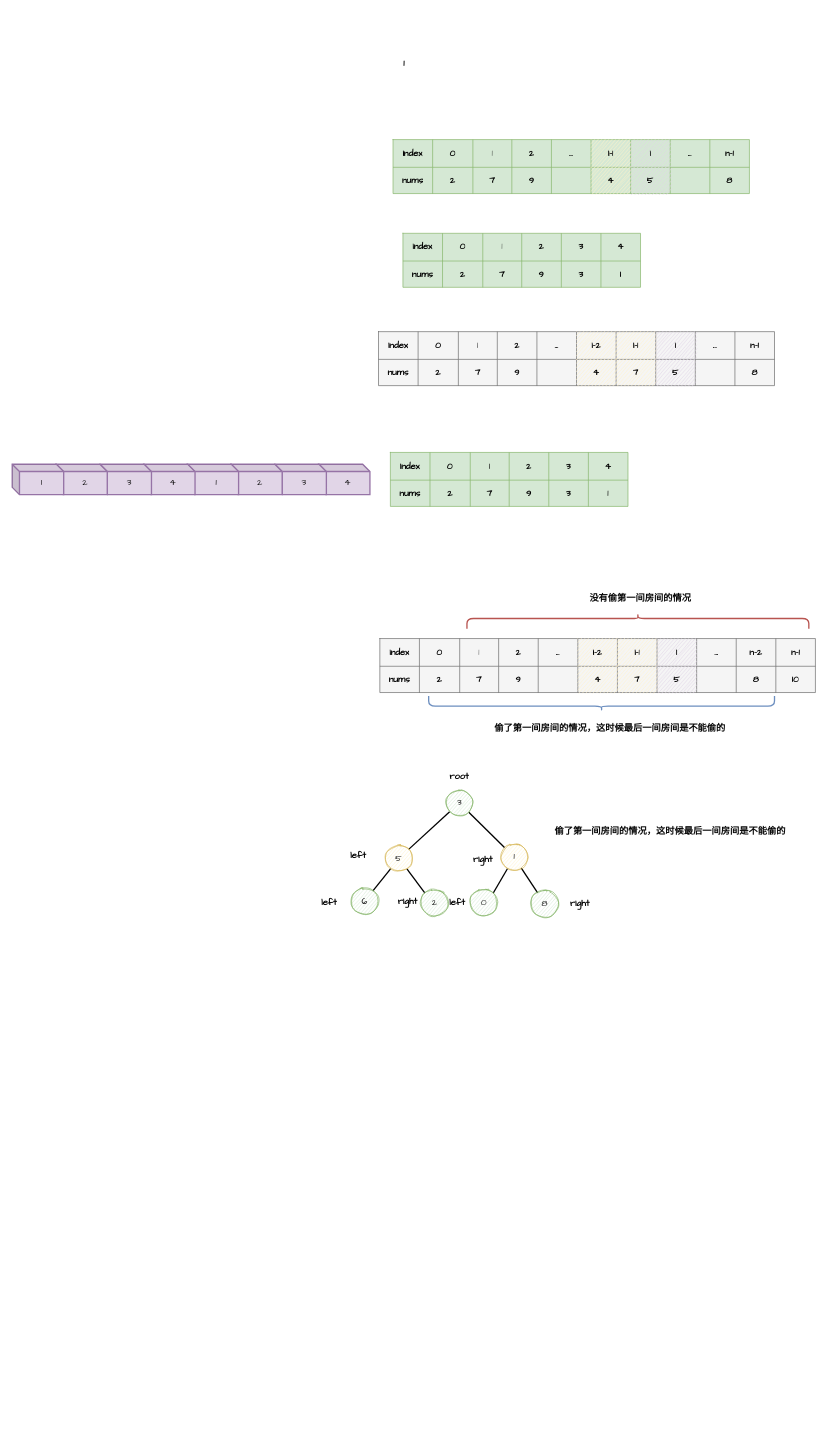
Above: page "第 3 页" (3 of 3) of src/main/leetcode_manuscripts/draw_io/leetcode_A.drawio in wat1r/geek-algorithm-leetcode (draw.io), before the change. Source tidied: cells renumbered, new cells numbered last; positions are measured from the earlier drawing's top-left corner, leaving out a move shared by most shapes. Both pictures are drawn from the tidied source at 66%, with x=0, y=0 at pixel (12, 11).
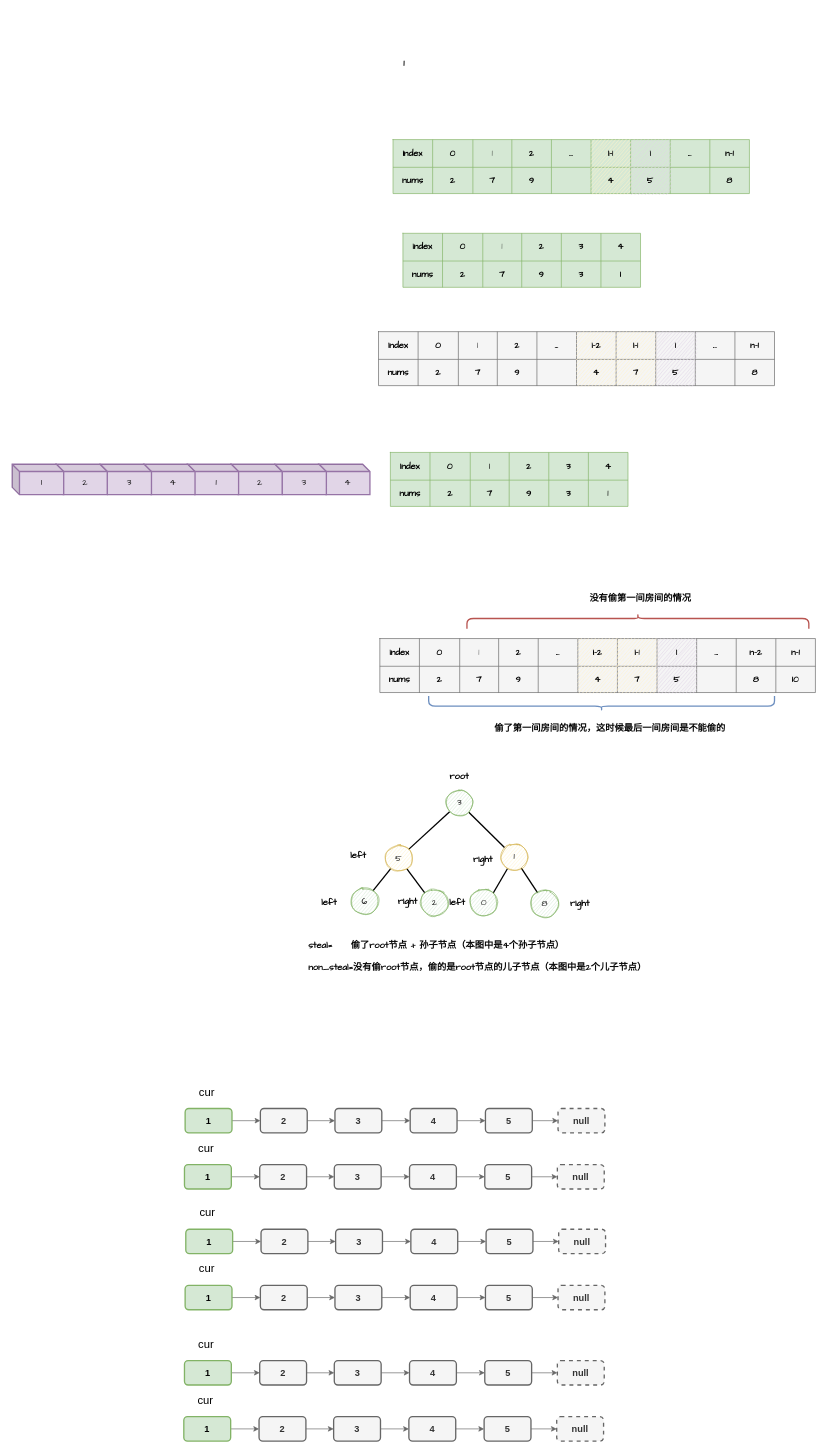
Above is the later version.

Diff of the diagram source:
```diff
@@
-    <mxCell id="134" value="&lt;span style=&quot;color: rgb(8 , 8 , 8) ; font-size: 14px&quot;&gt;偷了第一间房间的情况，这时候最后一间房间是不能偷的&lt;br style=&quot;font-size: 14px&quot;&gt;&lt;/span&gt;" style="text;html=1;strokeColor=none;fillColor=none;align=left;verticalAlign=middle;whiteSpace=wrap;rounded=0;sketch=0;fontFamily=Comic Sans MS;fontSize=14;fontStyle=1;" parent="1" vertex="1">
-      <mxGeometry x="820" y="1222" width="353.5" height="41" as="geometry" />
+    <mxCell id="134" value="&lt;span style=&quot;color: rgb(8 , 8 , 8) ; font-size: 14px&quot;&gt;steal=&amp;nbsp; &amp;nbsp; &amp;nbsp;偷了root节点 + 孙子节点（本图中是4个孙子节点）&lt;br&gt;&lt;br&gt;non_steal=没有偷root节点，偷的是root节点的儿子节点（本图中是2个儿子节点）&lt;br style=&quot;font-size: 14px&quot;&gt;&lt;/span&gt;" style="text;html=1;strokeColor=none;fillColor=none;align=left;verticalAlign=middle;whiteSpace=wrap;rounded=0;sketch=0;fontFamily=Comic Sans MS;fontSize=14;fontStyle=1;" parent="1" vertex="1">
+      <mxGeometry x="446.5" y="1408" width="536" height="47" as="geometry" />
     </mxCell>
+    <mxCell id="135" style="edgeStyle=orthogonalEdgeStyle;rounded=0;jettySize=auto;html=1;entryX=0;entryY=0.5;entryDx=0;entryDy=0;fontFamily=Helvetica;fontSize=14;fillColor=#f5f5f5;strokeColor=#666666;" parent="1" edge="1" source="136" target="138">
+      <mxGeometry relative="1" as="geometry" />
+    </mxCell>
+    <mxCell id="136" value="1" style="rounded=1;whiteSpace=wrap;html=1;fontSize=14;fontStyle=1;fontFamily=Helvetica;strokeWidth=2;fillColor=#d5e8d4;strokeColor=#82b366;" parent="1" vertex="1">
+      <mxGeometry x="262" y="1662" width="71" height="37" as="geometry" />
+    </mxCell>
+    <mxCell id="137" style="edgeStyle=orthogonalEdgeStyle;rounded=0;jettySize=auto;html=1;fontFamily=Helvetica;fontSize=14;fillColor=#f5f5f5;strokeColor=#666666;" parent="1" edge="1" source="138" target="140">
+      <mxGeometry relative="1" as="geometry" />
+    </mxCell>
+    <mxCell id="138" value="2" style="rounded=1;whiteSpace=wrap;html=1;fontSize=14;fontStyle=1;fontFamily=Helvetica;strokeWidth=2;fillColor=#f5f5f5;strokeColor=#666666;fontColor=#333333;" parent="1" vertex="1">
+      <mxGeometry x="376" y="1662" width="71" height="37" as="geometry" />
+    </mxCell>
+    <mxCell id="139" style="edgeStyle=orthogonalEdgeStyle;rounded=0;jettySize=auto;html=1;entryX=0;entryY=0.5;entryDx=0;entryDy=0;fontFamily=Helvetica;fontSize=14;fillColor=#f5f5f5;strokeColor=#666666;" parent="1" edge="1" source="140" target="142">
+      <mxGeometry relative="1" as="geometry" />
+    </mxCell>
+    <mxCell id="140" value="3" style="rounded=1;whiteSpace=wrap;html=1;fontSize=14;fontStyle=1;fontFamily=Helvetica;strokeWidth=2;fillColor=#f5f5f5;strokeColor=#666666;fontColor=#333333;" parent="1" vertex="1">
+      <mxGeometry x="489" y="1662" width="71" height="37" as="geometry" />
+    </mxCell>
+    <mxCell id="141" style="edgeStyle=orthogonalEdgeStyle;rounded=0;jettySize=auto;html=1;fontFamily=Helvetica;fontSize=14;fillColor=#f5f5f5;strokeColor=#666666;" parent="1" edge="1" source="142" target="144">
+      <mxGeometry relative="1" as="geometry" />
+    </mxCell>
+    <mxCell id="142" value="4" style="rounded=1;whiteSpace=wrap;html=1;fontSize=14;fontStyle=1;fontFamily=Helvetica;strokeWidth=2;fillColor=#f5f5f5;strokeColor=#666666;fontColor=#333333;" parent="1" vertex="1">
+      <mxGeometry x="603" y="1662" width="71" height="37" as="geometry" />
+    </mxCell>
+    <mxCell id="143" style="rounded=0;jettySize=auto;html=1;fontFamily=Comic Sans MS;fontSize=14;strokeColor=#666666;" parent="1" edge="1" source="144" target="156">
+      <mxGeometry relative="1" as="geometry" />
+    </mxCell>
+    <mxCell id="144" value="5" style="rounded=1;whiteSpace=wrap;html=1;fontSize=14;fontStyle=1;fontFamily=Helvetica;strokeWidth=2;fillColor=#f5f5f5;strokeColor=#666666;fontColor=#333333;" parent="1" vertex="1">
+      <mxGeometry x="717" y="1662" width="71" height="37" as="geometry" />
+    </mxCell>
+    <mxCell id="145" value="cur" style="text;html=1;strokeColor=none;fillColor=none;align=center;verticalAlign=middle;whiteSpace=wrap;rounded=0;fontFamily=Helvetica;fontSize=17;" parent="1" vertex="1">
+      <mxGeometry x="275" y="1628" width="40" height="20" as="geometry" />
+    </mxCell>
+    <mxCell id="146" style="edgeStyle=orthogonalEdgeStyle;rounded=0;jettySize=auto;html=1;entryX=0;entryY=0.5;entryDx=0;entryDy=0;fontFamily=Helvetica;fontSize=14;fillColor=#f5f5f5;strokeColor=#666666;" parent="1" edge="1" source="147" target="149">
+      <mxGeometry relative="1" as="geometry" />
+    </mxCell>
+    <mxCell id="147" value="1" style="rounded=1;whiteSpace=wrap;html=1;fontSize=14;fontStyle=1;fontFamily=Helvetica;strokeWidth=2;fillColor=#d5e8d4;strokeColor=#82b366;" parent="1" vertex="1">
+      <mxGeometry x="261" y="1747" width="71" height="37" as="geometry" />
+    </mxCell>
+    <mxCell id="148" style="edgeStyle=orthogonalEdgeStyle;rounded=0;jettySize=auto;html=1;fontFamily=Helvetica;fontSize=14;fillColor=#f5f5f5;strokeColor=#666666;" parent="1" edge="1" source="149" target="151">
+      <mxGeometry relative="1" as="geometry" />
+    </mxCell>
+    <mxCell id="149" value="2" style="rounded=1;whiteSpace=wrap;html=1;fontSize=14;fontStyle=1;fontFamily=Helvetica;strokeWidth=2;fillColor=#f5f5f5;strokeColor=#666666;fontColor=#333333;" parent="1" vertex="1">
+      <mxGeometry x="375" y="1747" width="71" height="37" as="geometry" />
+    </mxCell>
+    <mxCell id="150" style="edgeStyle=orthogonalEdgeStyle;rounded=0;jettySize=auto;html=1;entryX=0;entryY=0.5;entryDx=0;entryDy=0;fontFamily=Helvetica;fontSize=14;fillColor=#f5f5f5;strokeColor=#666666;" parent="1" edge="1" source="151" target="153">
+      <mxGeometry relative="1" as="geometry" />
+    </mxCell>
+    <mxCell id="151" value="3" style="rounded=1;whiteSpace=wrap;html=1;fontSize=14;fontStyle=1;fontFamily=Helvetica;strokeWidth=2;fillColor=#f5f5f5;strokeColor=#666666;fontColor=#333333;" parent="1" vertex="1">
+      <mxGeometry x="488" y="1747" width="71" height="37" as="geometry" />
+    </mxCell>
+    <mxCell id="152" style="edgeStyle=orthogonalEdgeStyle;rounded=0;jettySize=auto;html=1;fontFamily=Helvetica;fontSize=14;fillColor=#f5f5f5;strokeColor=#666666;" parent="1" edge="1" source="153" target="154">
+      <mxGeometry relative="1" as="geometry" />
+    </mxCell>
+    <mxCell id="153" value="4" style="rounded=1;whiteSpace=wrap;html=1;fontSize=14;fontStyle=1;fontFamily=Helvetica;strokeWidth=2;fillColor=#f5f5f5;strokeColor=#666666;fontColor=#333333;" parent="1" vertex="1">
+      <mxGeometry x="602" y="1747" width="71" height="37" as="geometry" />
+    </mxCell>
+    <mxCell id="154" value="5" style="rounded=1;whiteSpace=wrap;html=1;fontSize=14;fontStyle=1;fontFamily=Helvetica;strokeWidth=2;fillColor=#f5f5f5;strokeColor=#666666;fontColor=#333333;" parent="1" vertex="1">
+      <mxGeometry x="716" y="1747" width="71" height="37" as="geometry" />
+    </mxCell>
+    <mxCell id="155" value="cur" style="text;html=1;strokeColor=none;fillColor=none;align=center;verticalAlign=middle;whiteSpace=wrap;rounded=0;fontFamily=Helvetica;fontSize=17;" parent="1" vertex="1">
+      <mxGeometry x="274" y="1713" width="40" height="20" as="geometry" />
+    </mxCell>
+    <mxCell id="156" value="null" style="rounded=1;whiteSpace=wrap;html=1;fontSize=14;fontStyle=1;fontFamily=Helvetica;strokeWidth=2;fillColor=#f5f5f5;strokeColor=#666666;fontColor=#333333;dashed=1;" parent="1" vertex="1">
+      <mxGeometry x="827" y="1662" width="71" height="37" as="geometry" />
+    </mxCell>
+    <mxCell id="157" style="rounded=0;jettySize=auto;html=1;fontFamily=Comic Sans MS;fontSize=14;strokeColor=#666666;" parent="1" edge="1" target="158">
+      <mxGeometry relative="1" as="geometry">
+        <mxPoint x="787" y="1765.5" as="sourcePoint" />
+      </mxGeometry>
+    </mxCell>
+    <mxCell id="158" value="null" style="rounded=1;whiteSpace=wrap;html=1;fontSize=14;fontStyle=1;fontFamily=Helvetica;strokeWidth=2;fillColor=#f5f5f5;strokeColor=#666666;fontColor=#333333;dashed=1;" parent="1" vertex="1">
+      <mxGeometry x="826" y="1747" width="71" height="37" as="geometry" />
+    </mxCell>
+    <mxCell id="159" style="edgeStyle=orthogonalEdgeStyle;rounded=0;jettySize=auto;html=1;entryX=0;entryY=0.5;entryDx=0;entryDy=0;fontFamily=Helvetica;fontSize=14;fillColor=#f5f5f5;strokeColor=#666666;" parent="1" edge="1" source="160" target="162">
+      <mxGeometry relative="1" as="geometry" />
+    </mxCell>
+    <mxCell id="160" value="1" style="rounded=1;whiteSpace=wrap;html=1;fontSize=14;fontStyle=1;fontFamily=Helvetica;strokeWidth=2;fillColor=#d5e8d4;strokeColor=#82b366;" parent="1" vertex="1">
+      <mxGeometry x="263" y="1845" width="71" height="37" as="geometry" />
+    </mxCell>
+    <mxCell id="161" style="edgeStyle=orthogonalEdgeStyle;rounded=0;jettySize=auto;html=1;fontFamily=Helvetica;fontSize=14;fillColor=#f5f5f5;strokeColor=#666666;" parent="1" edge="1" source="162" target="164">
+      <mxGeometry relative="1" as="geometry" />
+    </mxCell>
+    <mxCell id="162" value="2" style="rounded=1;whiteSpace=wrap;html=1;fontSize=14;fontStyle=1;fontFamily=Helvetica;strokeWidth=2;fillColor=#f5f5f5;strokeColor=#666666;fontColor=#333333;" parent="1" vertex="1">
+      <mxGeometry x="377" y="1845" width="71" height="37" as="geometry" />
+    </mxCell>
+    <mxCell id="163" style="edgeStyle=orthogonalEdgeStyle;rounded=0;jettySize=auto;html=1;entryX=0;entryY=0.5;entryDx=0;entryDy=0;fontFamily=Helvetica;fontSize=14;fillColor=#f5f5f5;strokeColor=#666666;" parent="1" edge="1" source="164" target="166">
+      <mxGeometry relative="1" as="geometry" />
+    </mxCell>
+    <mxCell id="164" value="3" style="rounded=1;whiteSpace=wrap;html=1;fontSize=14;fontStyle=1;fontFamily=Helvetica;strokeWidth=2;fillColor=#f5f5f5;strokeColor=#666666;fontColor=#333333;" parent="1" vertex="1">
+      <mxGeometry x="490" y="1845" width="71" height="37" as="geometry" />
+    </mxCell>
+    <mxCell id="165" style="edgeStyle=orthogonalEdgeStyle;rounded=0;jettySize=auto;html=1;fontFamily=Helvetica;fontSize=14;fillColor=#f5f5f5;strokeColor=#666666;" parent="1" edge="1" source="166" target="168">
+      <mxGeometry relative="1" as="geometry" />
+    </mxCell>
+    <mxCell id="166" value="4" style="rounded=1;whiteSpace=wrap;html=1;fontSize=14;fontStyle=1;fontFamily=Helvetica;strokeWidth=2;fillColor=#f5f5f5;strokeColor=#666666;fontColor=#333333;" parent="1" vertex="1">
+      <mxGeometry x="604" y="1845" width="71" height="37" as="geometry" />
+    </mxCell>
+    <mxCell id="167" style="rounded=0;jettySize=auto;html=1;fontFamily=Comic Sans MS;fontSize=14;strokeColor=#666666;" parent="1" edge="1" source="168" target="180">
+      <mxGeometry relative="1" as="geometry" />
+    </mxCell>
+    <mxCell id="168" value="5" style="rounded=1;whiteSpace=wrap;html=1;fontSize=14;fontStyle=1;fontFamily=Helvetica;strokeWidth=2;fillColor=#f5f5f5;strokeColor=#666666;fontColor=#333333;" parent="1" vertex="1">
+      <mxGeometry x="718" y="1845" width="71" height="37" as="geometry" />
+    </mxCell>
+    <mxCell id="169" value="cur" style="text;html=1;strokeColor=none;fillColor=none;align=center;verticalAlign=middle;whiteSpace=wrap;rounded=0;fontFamily=Helvetica;fontSize=17;" parent="1" vertex="1">
+      <mxGeometry x="276" y="1811" width="40" height="20" as="geometry" />
+    </mxCell>
+    <mxCell id="170" style="edgeStyle=orthogonalEdgeStyle;rounded=0;jettySize=auto;html=1;entryX=0;entryY=0.5;entryDx=0;entryDy=0;fontFamily=Helvetica;fontSize=14;fillColor=#f5f5f5;strokeColor=#666666;" parent="1" edge="1" source="171" target="173">
+      <mxGeometry relative="1" as="geometry" />
+    </mxCell>
+    <mxCell id="171" value="1" style="rounded=1;whiteSpace=wrap;html=1;fontSize=14;fontStyle=1;fontFamily=Helvetica;strokeWidth=2;fillColor=#d5e8d4;strokeColor=#82b366;" parent="1" vertex="1">
+      <mxGeometry x="262" y="1930" width="71" height="37" as="geometry" />
+    </mxCell>
+    <mxCell id="172" style="edgeStyle=orthogonalEdgeStyle;rounded=0;jettySize=auto;html=1;fontFamily=Helvetica;fontSize=14;fillColor=#f5f5f5;strokeColor=#666666;" parent="1" edge="1" source="173" target="175">
+      <mxGeometry relative="1" as="geometry" />
+    </mxCell>
+    <mxCell id="173" value="2" style="rounded=1;whiteSpace=wrap;html=1;fontSize=14;fontStyle=1;fontFamily=Helvetica;strokeWidth=2;fillColor=#f5f5f5;strokeColor=#666666;fontColor=#333333;" parent="1" vertex="1">
+      <mxGeometry x="376" y="1930" width="71" height="37" as="geometry" />
+    </mxCell>
+    <mxCell id="174" style="edgeStyle=orthogonalEdgeStyle;rounded=0;jettySize=auto;html=1;entryX=0;entryY=0.5;entryDx=0;entryDy=0;fontFamily=Helvetica;fontSize=14;fillColor=#f5f5f5;strokeColor=#666666;" parent="1" edge="1" source="175" target="177">
+      <mxGeometry relative="1" as="geometry" />
+    </mxCell>
+    <mxCell id="175" value="3" style="rounded=1;whiteSpace=wrap;html=1;fontSize=14;fontStyle=1;fontFamily=Helvetica;strokeWidth=2;fillColor=#f5f5f5;strokeColor=#666666;fontColor=#333333;" parent="1" vertex="1">
+      <mxGeometry x="489" y="1930" width="71" height="37" as="geometry" />
+    </mxCell>
+    <mxCell id="176" style="edgeStyle=orthogonalEdgeStyle;rounded=0;jettySize=auto;html=1;fontFamily=Helvetica;fontSize=14;fillColor=#f5f5f5;strokeColor=#666666;" parent="1" edge="1" source="177" target="178">
+      <mxGeometry relative="1" as="geometry" />
+    </mxCell>
+    <mxCell id="177" value="4" style="rounded=1;whiteSpace=wrap;html=1;fontSize=14;fontStyle=1;fontFamily=Helvetica;strokeWidth=2;fillColor=#f5f5f5;strokeColor=#666666;fontColor=#333333;" parent="1" vertex="1">
+      <mxGeometry x="603" y="1930" width="71" height="37" as="geometry" />
+    </mxCell>
+    <mxCell id="178" value="5" style="rounded=1;whiteSpace=wrap;html=1;fontSize=14;fontStyle=1;fontFamily=Helvetica;strokeWidth=2;fillColor=#f5f5f5;strokeColor=#666666;fontColor=#333333;" parent="1" vertex="1">
+      <mxGeometry x="717" y="1930" width="71" height="37" as="geometry" />
+    </mxCell>
+    <mxCell id="179" value="cur" style="text;html=1;strokeColor=none;fillColor=none;align=center;verticalAlign=middle;whiteSpace=wrap;rounded=0;fontFamily=Helvetica;fontSize=17;" parent="1" vertex="1">
+      <mxGeometry x="275" y="1896" width="40" height="20" as="geometry" />
+    </mxCell>
+    <mxCell id="180" value="null" style="rounded=1;whiteSpace=wrap;html=1;fontSize=14;fontStyle=1;fontFamily=Helvetica;strokeWidth=2;fillColor=#f5f5f5;strokeColor=#666666;fontColor=#333333;dashed=1;" parent="1" vertex="1">
+      <mxGeometry x="828" y="1845" width="71" height="37" as="geometry" />
+    </mxCell>
+    <mxCell id="181" style="rounded=0;jettySize=auto;html=1;fontFamily=Comic Sans MS;fontSize=14;strokeColor=#666666;" parent="1" edge="1" target="182">
+      <mxGeometry relative="1" as="geometry">
+        <mxPoint x="788" y="1948.5" as="sourcePoint" />
+      </mxGeometry>
+    </mxCell>
+    <mxCell id="182" value="null" style="rounded=1;whiteSpace=wrap;html=1;fontSize=14;fontStyle=1;fontFamily=Helvetica;strokeWidth=2;fillColor=#f5f5f5;strokeColor=#666666;fontColor=#333333;dashed=1;" parent="1" vertex="1">
+      <mxGeometry x="827" y="1930" width="71" height="37" as="geometry" />
+    </mxCell>
+    <mxCell id="183" style="edgeStyle=orthogonalEdgeStyle;rounded=0;jettySize=auto;html=1;entryX=0;entryY=0.5;entryDx=0;entryDy=0;fontFamily=Helvetica;fontSize=14;fillColor=#f5f5f5;strokeColor=#666666;" parent="1" edge="1" source="184" target="186">
+      <mxGeometry relative="1" as="geometry" />
+    </mxCell>
+    <mxCell id="184" value="1" style="rounded=1;whiteSpace=wrap;html=1;fontSize=14;fontStyle=1;fontFamily=Helvetica;strokeWidth=2;fillColor=#d5e8d4;strokeColor=#82b366;" parent="1" vertex="1">
+      <mxGeometry x="261" y="2044" width="71" height="37" as="geometry" />
+    </mxCell>
+    <mxCell id="185" style="edgeStyle=orthogonalEdgeStyle;rounded=0;jettySize=auto;html=1;fontFamily=Helvetica;fontSize=14;fillColor=#f5f5f5;strokeColor=#666666;" parent="1" edge="1" source="186" target="188">
+      <mxGeometry relative="1" as="geometry" />
+    </mxCell>
+    <mxCell id="186" value="2" style="rounded=1;whiteSpace=wrap;html=1;fontSize=14;fontStyle=1;fontFamily=Helvetica;strokeWidth=2;fillColor=#f5f5f5;strokeColor=#666666;fontColor=#333333;" parent="1" vertex="1">
+      <mxGeometry x="375" y="2044" width="71" height="37" as="geometry" />
+    </mxCell>
+    <mxCell id="187" style="edgeStyle=orthogonalEdgeStyle;rounded=0;jettySize=auto;html=1;entryX=0;entryY=0.5;entryDx=0;entryDy=0;fontFamily=Helvetica;fontSize=14;fillColor=#f5f5f5;strokeColor=#666666;" parent="1" edge="1" source="188" target="190">
+      <mxGeometry relative="1" as="geometry" />
+    </mxCell>
+    <mxCell id="188" value="3" style="rounded=1;whiteSpace=wrap;html=1;fontSize=14;fontStyle=1;fontFamily=Helvetica;strokeWidth=2;fillColor=#f5f5f5;strokeColor=#666666;fontColor=#333333;" parent="1" vertex="1">
+      <mxGeometry x="488" y="2044" width="71" height="37" as="geometry" />
+    </mxCell>
+    <mxCell id="189" style="edgeStyle=orthogonalEdgeStyle;rounded=0;jettySize=auto;html=1;fontFamily=Helvetica;fontSize=14;fillColor=#f5f5f5;strokeColor=#666666;" parent="1" edge="1" source="190" target="192">
+      <mxGeometry relative="1" as="geometry" />
+    </mxCell>
+    <mxCell id="190" value="4" style="rounded=1;whiteSpace=wrap;html=1;fontSize=14;fontStyle=1;fontFamily=Helvetica;strokeWidth=2;fillColor=#f5f5f5;strokeColor=#666666;fontColor=#333333;" parent="1" vertex="1">
+      <mxGeometry x="602" y="2044" width="71" height="37" as="geometry" />
+    </mxCell>
+    <mxCell id="191" style="rounded=0;jettySize=auto;html=1;fontFamily=Comic Sans MS;fontSize=14;strokeColor=#666666;" parent="1" edge="1" source="192" target="204">
+      <mxGeometry relative="1" as="geometry" />
+    </mxCell>
+    <mxCell id="192" value="5" style="rounded=1;whiteSpace=wrap;html=1;fontSize=14;fontStyle=1;fontFamily=Helvetica;strokeWidth=2;fillColor=#f5f5f5;strokeColor=#666666;fontColor=#333333;" parent="1" vertex="1">
+      <mxGeometry x="716" y="2044" width="71" height="37" as="geometry" />
+    </mxCell>
+    <mxCell id="193" value="cur" style="text;html=1;strokeColor=none;fillColor=none;align=center;verticalAlign=middle;whiteSpace=wrap;rounded=0;fontFamily=Helvetica;fontSize=17;" parent="1" vertex="1">
+      <mxGeometry x="274" y="2010" width="40" height="20" as="geometry" />
+    </mxCell>
+    <mxCell id="194" style="edgeStyle=orthogonalEdgeStyle;rounded=0;jettySize=auto;html=1;entryX=0;entryY=0.5;entryDx=0;entryDy=0;fontFamily=Helvetica;fontSize=14;fillColor=#f5f5f5;strokeColor=#666666;" parent="1" edge="1" source="195" target="197">
+      <mxGeometry relative="1" as="geometry" />
+    </mxCell>
+    <mxCell id="195" value="1" style="rounded=1;whiteSpace=wrap;html=1;fontSize=14;fontStyle=1;fontFamily=Helvetica;strokeWidth=2;fillColor=#d5e8d4;strokeColor=#82b366;" parent="1" vertex="1">
+      <mxGeometry x="260" y="2129" width="71" height="37" as="geometry" />
+    </mxCell>
+    <mxCell id="196" style="edgeStyle=orthogonalEdgeStyle;rounded=0;jettySize=auto;html=1;fontFamily=Helvetica;fontSize=14;fillColor=#f5f5f5;strokeColor=#666666;" parent="1" edge="1" source="197" target="199">
+      <mxGeometry relative="1" as="geometry" />
+    </mxCell>
+    <mxCell id="197" value="2" style="rounded=1;whiteSpace=wrap;html=1;fontSize=14;fontStyle=1;fontFamily=Helvetica;strokeWidth=2;fillColor=#f5f5f5;strokeColor=#666666;fontColor=#333333;" parent="1" vertex="1">
+      <mxGeometry x="374" y="2129" width="71" height="37" as="geometry" />
+    </mxCell>
+    <mxCell id="198" style="edgeStyle=orthogonalEdgeStyle;rounded=0;jettySize=auto;html=1;entryX=0;entryY=0.5;entryDx=0;entryDy=0;fontFamily=Helvetica;fontSize=14;fillColor=#f5f5f5;strokeColor=#666666;" parent="1" edge="1" source="199" target="201">
+      <mxGeometry relative="1" as="geometry" />
+    </mxCell>
+    <mxCell id="199" value="3" style="rounded=1;whiteSpace=wrap;html=1;fontSize=14;fontStyle=1;fontFamily=Helvetica;strokeWidth=2;fillColor=#f5f5f5;strokeColor=#666666;fontColor=#333333;" parent="1" vertex="1">
+      <mxGeometry x="487" y="2129" width="71" height="37" as="geometry" />
+    </mxCell>
+    <mxCell id="200" style="edgeStyle=orthogonalEdgeStyle;rounded=0;jettySize=auto;html=1;fontFamily=Helvetica;fontSize=14;fillColor=#f5f5f5;strokeColor=#666666;" parent="1" edge="1" source="201" target="202">
+      <mxGeometry relative="1" as="geometry" />
+    </mxCell>
+    <mxCell id="201" value="4" style="rounded=1;whiteSpace=wrap;html=1;fontSize=14;fontStyle=1;fontFamily=Helvetica;strokeWidth=2;fillColor=#f5f5f5;strokeColor=#666666;fontColor=#333333;" parent="1" vertex="1">
+      <mxGeometry x="601" y="2129" width="71" height="37" as="geometry" />
+    </mxCell>
+    <mxCell id="202" value="5" style="rounded=1;whiteSpace=wrap;html=1;fontSize=14;fontStyle=1;fontFamily=Helvetica;strokeWidth=2;fillColor=#f5f5f5;strokeColor=#666666;fontColor=#333333;" parent="1" vertex="1">
+      <mxGeometry x="715" y="2129" width="71" height="37" as="geometry" />
+    </mxCell>
+    <mxCell id="203" value="cur" style="text;html=1;strokeColor=none;fillColor=none;align=center;verticalAlign=middle;whiteSpace=wrap;rounded=0;fontFamily=Helvetica;fontSize=17;" parent="1" vertex="1">
+      <mxGeometry x="273" y="2095" width="40" height="20" as="geometry" />
+    </mxCell>
+    <mxCell id="204" value="null" style="rounded=1;whiteSpace=wrap;html=1;fontSize=14;fontStyle=1;fontFamily=Helvetica;strokeWidth=2;fillColor=#f5f5f5;strokeColor=#666666;fontColor=#333333;dashed=1;" parent="1" vertex="1">
+      <mxGeometry x="826" y="2044" width="71" height="37" as="geometry" />
+    </mxCell>
+    <mxCell id="205" style="rounded=0;jettySize=auto;html=1;fontFamily=Comic Sans MS;fontSize=14;strokeColor=#666666;" parent="1" edge="1" target="206">
+      <mxGeometry relative="1" as="geometry">
+        <mxPoint x="786" y="2147.5" as="sourcePoint" />
+      </mxGeometry>
+    </mxCell>
+    <mxCell id="206" value="null" style="rounded=1;whiteSpace=wrap;html=1;fontSize=14;fontStyle=1;fontFamily=Helvetica;strokeWidth=2;fillColor=#f5f5f5;strokeColor=#666666;fontColor=#333333;dashed=1;" parent="1" vertex="1">
+      <mxGeometry x="825" y="2129" width="71" height="37" as="geometry" />
+    </mxCell>
```
